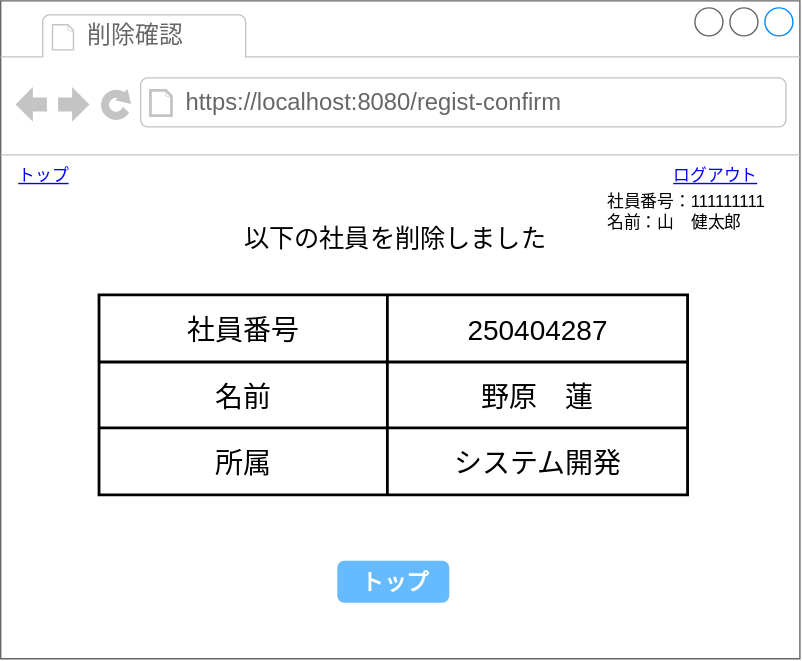
The draw.io diagram 基本設計/画面設計図/522_deleteconfirm.drawio.svg in ICT-Training-2026/team-project-15, before a commit. Source tidied: cells renumbered, new cells last; positions are measured from the earlier drawing's top-left corner, leaving out a move shared by most shapes.
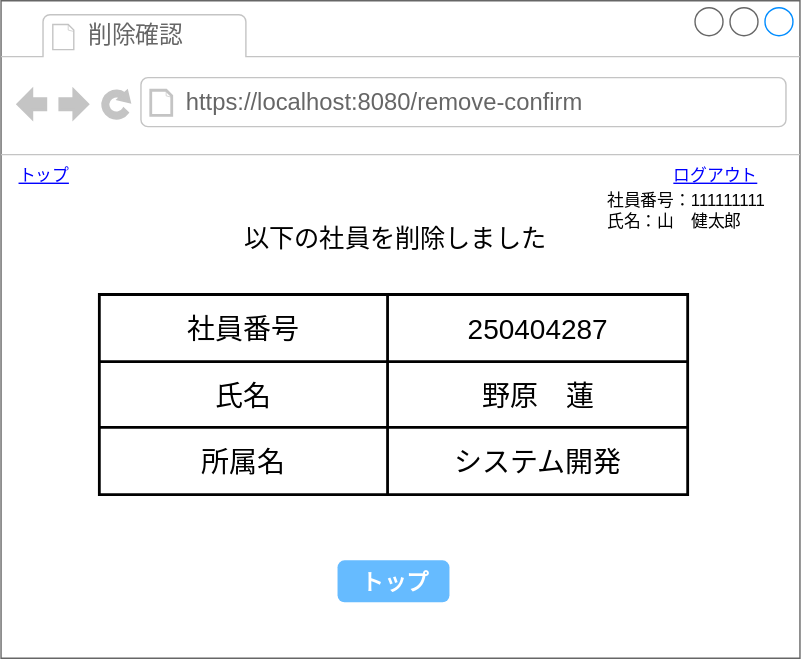
Later version of the same file.

What changed in the source:
```diff
@@ -8,7 +8,7 @@
     <mxCell id="3" value="削除確認" style="strokeWidth=1;shadow=0;dashed=0;align=center;html=1;shape=mxgraph.mockup.containers.anchor;fontSize=17;fontColor=#666666;align=left;whiteSpace=wrap;" parent="2" vertex="1">
       <mxGeometry x="60" y="12" width="110" height="26" as="geometry" />
     </mxCell>
-    <mxCell id="4" value="https://localhost:8080/regist-confirm" style="strokeWidth=1;shadow=0;dashed=0;align=center;html=1;shape=mxgraph.mockup.containers.anchor;rSize=0;fontSize=17;fontColor=#666666;align=left;" parent="2" vertex="1">
+    <mxCell id="4" value="https://localhost:8080/remove-confirm" style="strokeWidth=1;shadow=0;dashed=0;align=center;html=1;shape=mxgraph.mockup.containers.anchor;rSize=0;fontSize=17;fontColor=#666666;align=left;" parent="2" vertex="1">
       <mxGeometry x="130" y="60" width="250" height="26" as="geometry" />
     </mxCell>
     <mxCell id="5" value="&lt;span style=&quot;font-size: 18px;&quot;&gt;以下の社員を削除しました&lt;/span&gt;" style="text;html=1;align=center;verticalAlign=middle;strokeColor=none;fillColor=none;" parent="2" vertex="1">
@@ -20,7 +20,7 @@
     <mxCell id="7" value="&lt;font style=&quot;color: rgb(0, 0, 255);&quot;&gt;&lt;u&gt;トップ&lt;/u&gt;&lt;/font&gt;" style="text;html=1;align=center;verticalAlign=middle;strokeColor=none;fillColor=none;" parent="2" vertex="1">
       <mxGeometry y="110" width="60" height="30" as="geometry" />
     </mxCell>
-    <mxCell id="8" value="社員番号：111111111&lt;div&gt;名前：山　健太郎&lt;/div&gt;" style="text;html=1;align=left;verticalAlign=middle;strokeColor=none;fillColor=none;" parent="2" vertex="1">
+    <mxCell id="8" value="社員番号：111111111&lt;div&gt;氏名：山　健太郎&lt;/div&gt;" style="text;html=1;align=left;verticalAlign=middle;strokeColor=none;fillColor=none;" parent="2" vertex="1">
       <mxGeometry x="431" y="130" width="140" height="40" as="geometry" />
     </mxCell>
     <mxCell id="9" style="shape=table;html=1;whiteSpace=wrap;startSize=0;strokeWidth=2;" parent="2" vertex="1">
@@ -38,7 +38,7 @@
     <mxCell id="13" style="shape=tableRow;horizontal=0;startSize=0;swimlaneHead=0;swimlaneBody=0;top=0;left=0;bottom=0;right=0;fillColor=none;" parent="9" vertex="1">
       <mxGeometry y="48" width="420.5" height="47" as="geometry" />
     </mxCell>
-    <mxCell id="14" value="&lt;font style=&quot;font-size: 20px;&quot;&gt;名前&lt;/font&gt;" style="shape=partialRectangle;html=1;whiteSpace=wrap;fillColor=none;top=0;left=0;bottom=0;right=0;overflow=hidden;" parent="13" vertex="1">
+    <mxCell id="14" value="&lt;span style=&quot;font-size: 20px;&quot;&gt;氏名&lt;/span&gt;" style="shape=partialRectangle;html=1;whiteSpace=wrap;fillColor=none;top=0;left=0;bottom=0;right=0;overflow=hidden;" parent="13" vertex="1">
       <mxGeometry width="206" height="47" as="geometry" />
     </mxCell>
     <mxCell id="15" value="&lt;font style=&quot;font-size: 20px;&quot;&gt;野原　蓮&lt;/font&gt;" style="shape=partialRectangle;html=1;whiteSpace=wrap;fillColor=none;top=0;left=0;bottom=0;right=0;overflow=hidden;" parent="13" vertex="1">
@@ -47,7 +47,7 @@
     <mxCell id="16" style="shape=tableRow;horizontal=0;startSize=0;swimlaneHead=0;swimlaneBody=0;top=0;left=0;bottom=0;right=0;fillColor=none;" parent="9" vertex="1">
       <mxGeometry y="95" width="420.5" height="48" as="geometry" />
     </mxCell>
-    <mxCell id="17" value="&lt;font style=&quot;font-size: 20px;&quot;&gt;所属&lt;/font&gt;" style="shape=partialRectangle;html=1;whiteSpace=wrap;fillColor=none;top=0;left=0;bottom=0;right=0;overflow=hidden;" parent="16" vertex="1">
+    <mxCell id="17" value="&lt;font style=&quot;font-size: 20px;&quot;&gt;所属名&lt;/font&gt;" style="shape=partialRectangle;html=1;whiteSpace=wrap;fillColor=none;top=0;left=0;bottom=0;right=0;overflow=hidden;" parent="16" vertex="1">
       <mxGeometry width="206" height="48" as="geometry" />
     </mxCell>
     <mxCell id="18" value="&lt;font style=&quot;font-size: 20px;&quot;&gt;システム開発&lt;/font&gt;" style="shape=partialRectangle;html=1;whiteSpace=wrap;fillColor=none;top=0;left=0;bottom=0;right=0;overflow=hidden;" parent="16" vertex="1">
```
